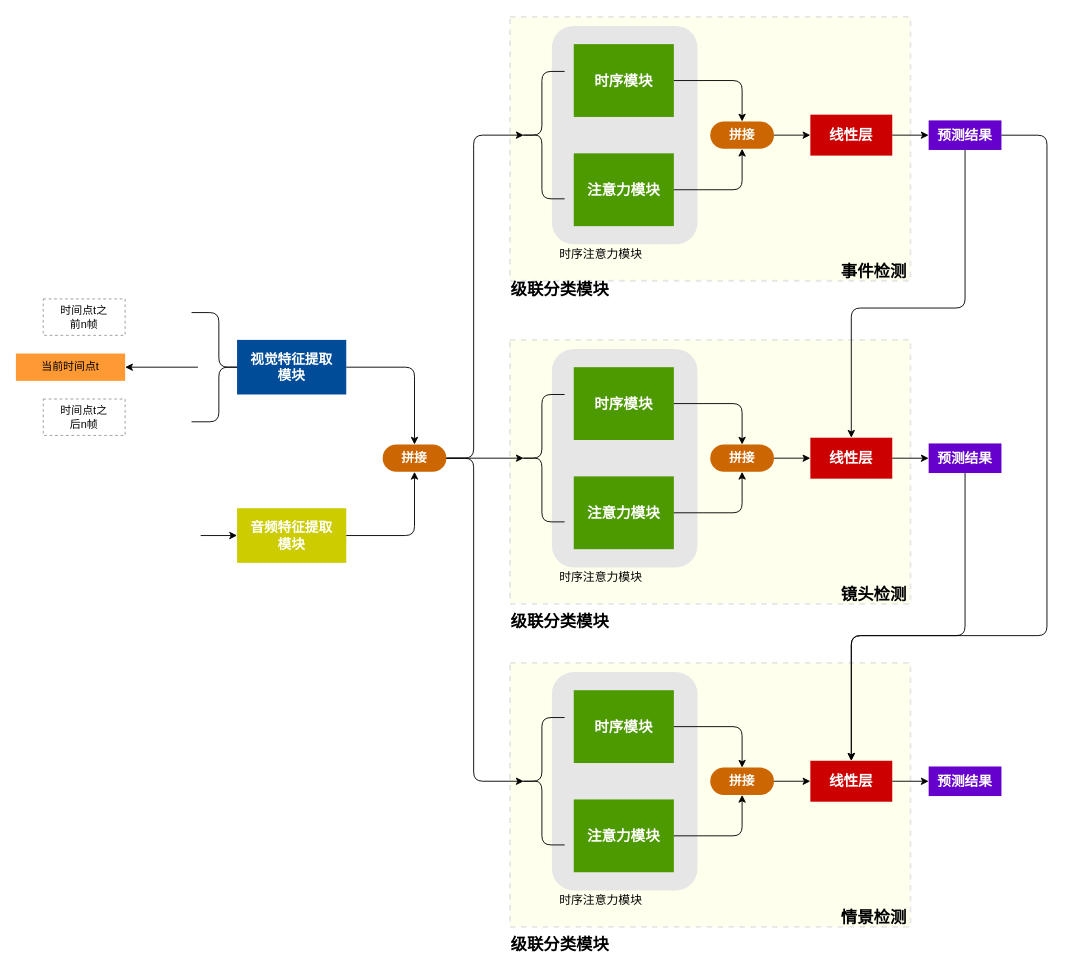
Before: Untitled Diagram.drawio in DexiangHong/kaggle1, a draw.io diagram. Source tidied: cells renumbered, new cells numbered last; positions are measured from the earlier drawing's top-left corner, leaving out a move shared by most shapes. Both pictures are drawn from the tidied source at 91%, with x=0, y=0 at pixel (15, 16). Pictures stored in the file or linked from it are replaced by grey dashed boxes.
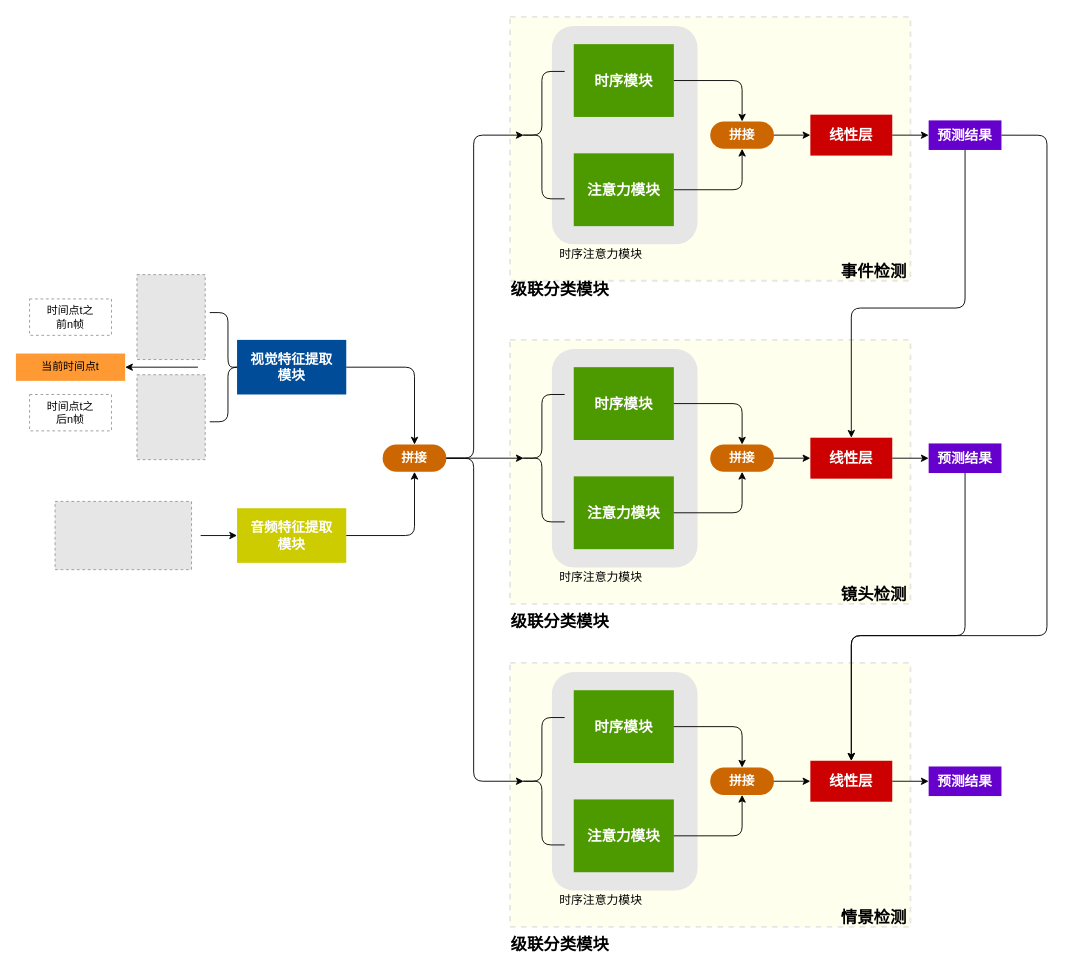
Above is the later version.

Diff of the diagram source:
```diff
@@
     <mxCell id="4" value="时间点t之&lt;br /&gt;后n帧" style="rounded=0;whiteSpace=wrap;html=1;dashed=1;strokeColor=#999999;" parent="1" vertex="1">
-      <mxGeometry x="30" y="420" width="90" height="40" as="geometry" />
+      <mxGeometry x="15" y="415" width="90" height="40" as="geometry" />
     </mxCell>
     <mxCell id="5" value="时间点t之&lt;br /&gt;前n帧" style="rounded=0;whiteSpace=wrap;html=1;dashed=1;strokeColor=#999999;" parent="1" vertex="1">
-      <mxGeometry x="30" y="310" width="90" height="40" as="geometry" />
+      <mxGeometry x="15" y="310" width="90" height="40" as="geometry" />
     </mxCell>
@@
     <mxCell id="8" style="shape=curlyBracket;whiteSpace=wrap;html=1;rounded=1;rotation=180;" parent="1" vertex="1">
-      <mxGeometry x="193" y="325" width="60" height="120" as="geometry" />
+      <mxGeometry x="213" y="325" width="40" height="120" as="geometry" />
     </mxCell>
@@
+    <mxCell id="64" style="fillColor=#E6E6E6;strokeColor=#999999;dashed=1;verticalLabelPosition=bottom;labelBackgroundColor=#ffffff;verticalAlign=top;" parent="1" vertex="1">
+      <mxGeometry x="133" y="283.3" width="75" height="93.3" as="geometry" />
+    </mxCell>
+    <mxCell id="65" style="fillColor=#E6E6E6;strokeColor=#999999;dashed=1;verticalLabelPosition=bottom;labelBackgroundColor=#ffffff;verticalAlign=top;" parent="1" vertex="1">
+      <mxGeometry x="133" y="393.3" width="75" height="93.3" as="geometry" />
+    </mxCell>
+    <mxCell id="66" style="fillColor=#E6E6E6;strokeColor=#999999;dashed=1;verticalLabelPosition=bottom;labelBackgroundColor=#ffffff;verticalAlign=top;" parent="1" vertex="1">
+      <mxGeometry x="43" y="532.5" width="150" height="75" as="geometry" />
+    </mxCell>
```
